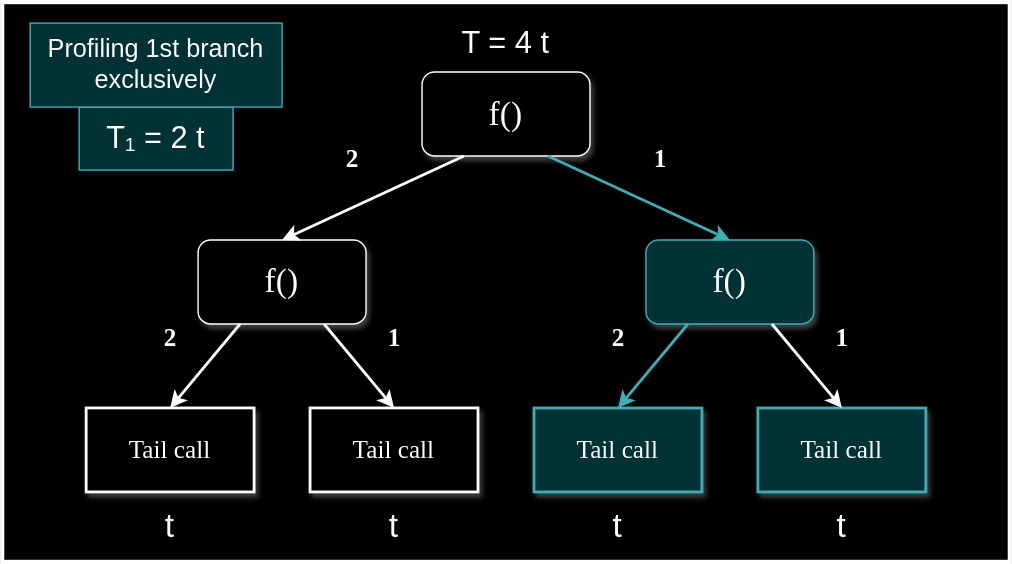
Above: docs/images/profiler_recursion_exclusive_profiling_branch_1.svg in timeester3648/MultiEngine-UTL (draw.io), before the change. Source tidied: cells renumbered, new cells last; positions are measured from the earlier drawing's top-left corner, leaving out a move shared by most shapes. The source it was exported from:
```xml
<mxGraphModel>
  <root>
    <mxCell id="0" />
    <mxCell id="1" parent="0" />
    <mxCell id="2" style="rounded=0;whiteSpace=wrap;html=1;labelBackgroundColor=none;fillColor=none;strokeWidth=3;" parent="1" vertex="1">
      <mxGeometry width="720" height="400" as="geometry" />
    </mxCell>
    <mxCell id="3" value="&lt;font style=&quot;font-size: 24px;&quot;&gt;f()&lt;/font&gt;" style="whiteSpace=wrap;html=1;rounded=1;shadow=1;labelBackgroundColor=none;strokeWidth=1;fontFamily=Verdana;fontSize=12;align=center;" parent="1" vertex="1">
      <mxGeometry x="300" y="50" width="120" height="60" as="geometry" />
    </mxCell>
    <mxCell id="4" value="Tail call" style="whiteSpace=wrap;html=1;rounded=0;shadow=1;labelBackgroundColor=none;strokeWidth=2;fontFamily=Verdana;fontSize=18;align=center;" parent="1" vertex="1">
      <mxGeometry x="60" y="290" width="120" height="60" as="geometry" />
    </mxCell>
    <mxCell id="5" value="&lt;font style=&quot;font-size: 24px;&quot;&gt;f()&lt;/font&gt;" style="whiteSpace=wrap;html=1;rounded=1;shadow=1;labelBackgroundColor=none;strokeWidth=1;fontFamily=Verdana;fontSize=12;align=center;" parent="1" vertex="1">
      <mxGeometry x="140" y="170" width="120" height="60" as="geometry" />
    </mxCell>
    <mxCell id="6" value="&lt;font style=&quot;font-size: 24px;&quot;&gt;f()&lt;/font&gt;" style="whiteSpace=wrap;html=1;rounded=1;shadow=1;labelBackgroundColor=none;strokeWidth=1;fontFamily=Verdana;fontSize=12;align=center;fillColor=#b0e3e6;strokeColor=#0e8088;" parent="1" vertex="1">
      <mxGeometry x="460" y="170" width="120" height="60" as="geometry" />
    </mxCell>
    <mxCell id="7" value="Tail call" style="whiteSpace=wrap;html=1;rounded=0;shadow=1;labelBackgroundColor=none;strokeWidth=2;fontFamily=Verdana;fontSize=18;align=center;" parent="1" vertex="1">
      <mxGeometry x="220" y="290" width="120" height="60" as="geometry" />
    </mxCell>
    <mxCell id="8" value="Tail call" style="whiteSpace=wrap;html=1;rounded=0;shadow=1;labelBackgroundColor=none;strokeWidth=2;fontFamily=Verdana;fontSize=18;align=center;fillColor=#b0e3e6;strokeColor=#0e8088;" parent="1" vertex="1">
      <mxGeometry x="380" y="290" width="120" height="60" as="geometry" />
    </mxCell>
    <mxCell id="9" value="Tail call" style="whiteSpace=wrap;html=1;rounded=0;shadow=1;labelBackgroundColor=none;strokeWidth=2;fontFamily=Verdana;fontSize=18;align=center;fillColor=#b0e3e6;strokeColor=#0e8088;" parent="1" vertex="1">
      <mxGeometry x="540" y="290" width="120" height="60" as="geometry" />
    </mxCell>
    <mxCell id="10" value="2" style="rounded=0;html=1;labelBackgroundColor=none;startArrow=none;startFill=0;endArrow=classic;endFill=1;jettySize=auto;strokeWidth=2;fontFamily=Verdana;fontSize=18;entryX=0.5;entryY=0;entryDx=0;entryDy=0;exitX=0.25;exitY=1;exitDx=0;exitDy=0;fontStyle=1;" parent="1" edge="1" source="5" target="4">
      <mxGeometry x="0.02" y="-32" relative="1" as="geometry" />
    </mxCell>
    <mxCell id="11" value="1" style="rounded=0;html=1;labelBackgroundColor=none;startArrow=none;startFill=0;endArrow=classic;endFill=1;jettySize=auto;strokeWidth=2;fontFamily=Verdana;fontSize=18;entryX=0.5;entryY=0;entryDx=0;entryDy=0;exitX=0.75;exitY=1;exitDx=0;exitDy=0;fontStyle=1;" parent="1" edge="1" source="5" target="7">
      <mxGeometry x="0.02" y="32" relative="1" as="geometry" />
    </mxCell>
    <mxCell id="12" value="1" style="rounded=0;html=1;labelBackgroundColor=none;startArrow=none;startFill=0;endArrow=classic;endFill=1;jettySize=auto;strokeWidth=2;fontFamily=Verdana;fontSize=18;entryX=0.5;entryY=0;entryDx=0;entryDy=0;exitX=0.75;exitY=1;exitDx=0;exitDy=0;fontStyle=1;" parent="1" edge="1" source="6" target="9">
      <mxGeometry x="0.02" y="32" relative="1" as="geometry" />
    </mxCell>
    <mxCell id="13" value="2" style="rounded=0;html=1;labelBackgroundColor=none;startArrow=none;startFill=0;endArrow=classic;endFill=1;jettySize=auto;strokeWidth=2;fontFamily=Verdana;fontSize=18;entryX=0.5;entryY=0;entryDx=0;entryDy=0;exitX=0.25;exitY=1;exitDx=0;exitDy=0;fontStyle=1;fillColor=#b0e3e6;strokeColor=#0e8088;" parent="1" edge="1" source="6" target="8">
      <mxGeometry x="0.02" y="-32" relative="1" as="geometry" />
    </mxCell>
    <mxCell id="14" value="2" style="rounded=0;html=1;labelBackgroundColor=none;startArrow=none;startFill=0;endArrow=classic;endFill=1;jettySize=auto;strokeWidth=2;fontFamily=Verdana;fontSize=18;entryX=0.5;entryY=0;entryDx=0;entryDy=0;exitX=0.25;exitY=1;exitDx=0;exitDy=0;fontStyle=1;" parent="1" edge="1" source="3" target="5">
      <mxGeometry x="0.02" y="-32" relative="1" as="geometry" />
    </mxCell>
    <mxCell id="15" value="1" style="rounded=0;html=1;labelBackgroundColor=none;startArrow=none;startFill=0;endArrow=classic;endFill=1;jettySize=auto;strokeWidth=2;fontFamily=Verdana;fontSize=18;entryX=0.5;entryY=0;entryDx=0;entryDy=0;exitX=0.75;exitY=1;exitDx=0;exitDy=0;fontStyle=1;fillColor=#b0e3e6;strokeColor=#0e8088;" parent="1" edge="1" source="3" target="6">
      <mxGeometry x="0.02" y="32" relative="1" as="geometry" />
    </mxCell>
    <mxCell id="16" value="T = 4 t" style="text;html=1;align=center;verticalAlign=middle;whiteSpace=wrap;rounded=0;fontSize=22;" parent="1" vertex="1">
      <mxGeometry x="305" y="15" width="110" height="30" as="geometry" />
    </mxCell>
    <mxCell id="17" value="t" style="text;html=1;align=center;verticalAlign=middle;whiteSpace=wrap;rounded=0;fontSize=24;" parent="1" vertex="1">
      <mxGeometry x="90" y="360" width="60" height="30" as="geometry" />
    </mxCell>
    <mxCell id="18" value="t" style="text;html=1;align=center;verticalAlign=middle;whiteSpace=wrap;rounded=0;fontSize=24;fillColor=none;" parent="1" vertex="1">
      <mxGeometry x="250" y="360" width="60" height="30" as="geometry" />
    </mxCell>
    <mxCell id="19" value="t" style="text;html=1;align=center;verticalAlign=middle;whiteSpace=wrap;rounded=0;fontSize=24;fillColor=none;" parent="1" vertex="1">
      <mxGeometry x="410" y="360" width="60" height="30" as="geometry" />
    </mxCell>
    <mxCell id="20" value="t" style="text;html=1;align=center;verticalAlign=middle;whiteSpace=wrap;rounded=0;fontSize=24;fillColor=none;" parent="1" vertex="1">
      <mxGeometry x="570" y="360" width="60" height="30" as="geometry" />
    </mxCell>
    <mxCell id="21" value="T₁ = 2 t" style="text;html=1;align=center;verticalAlign=middle;whiteSpace=wrap;rounded=0;fontSize=22;fillColor=#b0e3e6;strokeColor=#0e8088;" parent="1" vertex="1">
      <mxGeometry x="55" y="75" width="110" height="45" as="geometry" />
    </mxCell>
    <mxCell id="22" value="Profiling 1st branch exclusively" style="text;html=1;align=center;verticalAlign=middle;whiteSpace=wrap;rounded=0;fontSize=18;fillColor=#b0e3e6;strokeColor=#0e8088;" parent="1" vertex="1">
      <mxGeometry x="20" y="15" width="180" height="60" as="geometry" />
    </mxCell>
  </root>
</mxGraphModel>
```
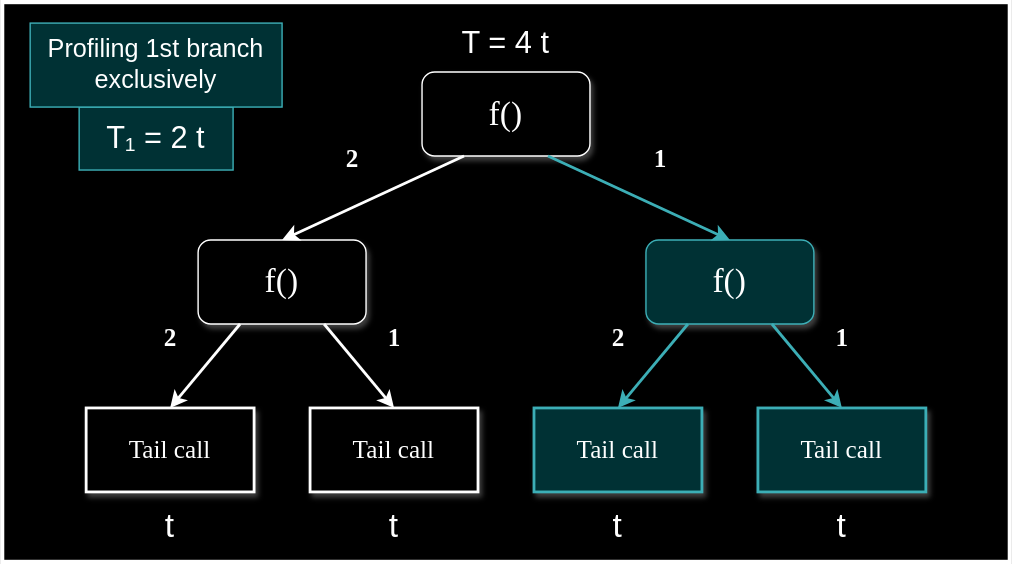
After the change.

Commit message:
docs(profiler): Fixed colors on one of the images.

Diff of the diagram source:
```diff
@@ -32,7 +32,7 @@
     <mxCell id="11" value="1" style="rounded=0;html=1;labelBackgroundColor=none;startArrow=none;startFill=0;endArrow=classic;endFill=1;jettySize=auto;strokeWidth=2;fontFamily=Verdana;fontSize=18;entryX=0.5;entryY=0;entryDx=0;entryDy=0;exitX=0.75;exitY=1;exitDx=0;exitDy=0;fontStyle=1;" parent="1" edge="1" source="5" target="7">
       <mxGeometry x="0.02" y="32" relative="1" as="geometry" />
     </mxCell>
-    <mxCell id="12" value="1" style="rounded=0;html=1;labelBackgroundColor=none;startArrow=none;startFill=0;endArrow=classic;endFill=1;jettySize=auto;strokeWidth=2;fontFamily=Verdana;fontSize=18;entryX=0.5;entryY=0;entryDx=0;entryDy=0;exitX=0.75;exitY=1;exitDx=0;exitDy=0;fontStyle=1;" parent="1" edge="1" source="6" target="9">
+    <mxCell id="12" value="1" style="rounded=0;html=1;labelBackgroundColor=none;startArrow=none;startFill=0;endArrow=classic;endFill=1;jettySize=auto;strokeWidth=2;fontFamily=Verdana;fontSize=18;entryX=0.5;entryY=0;entryDx=0;entryDy=0;exitX=0.75;exitY=1;exitDx=0;exitDy=0;fontStyle=1;fillColor=#b0e3e6;strokeColor=#0e8088;" parent="1" edge="1" source="6" target="9">
       <mxGeometry x="0.02" y="32" relative="1" as="geometry" />
     </mxCell>
     <mxCell id="13" value="2" style="rounded=0;html=1;labelBackgroundColor=none;startArrow=none;startFill=0;endArrow=classic;endFill=1;jettySize=auto;strokeWidth=2;fontFamily=Verdana;fontSize=18;entryX=0.5;entryY=0;entryDx=0;entryDy=0;exitX=0.25;exitY=1;exitDx=0;exitDy=0;fontStyle=1;fillColor=#b0e3e6;strokeColor=#0e8088;" parent="1" edge="1" source="6" target="8">
```
